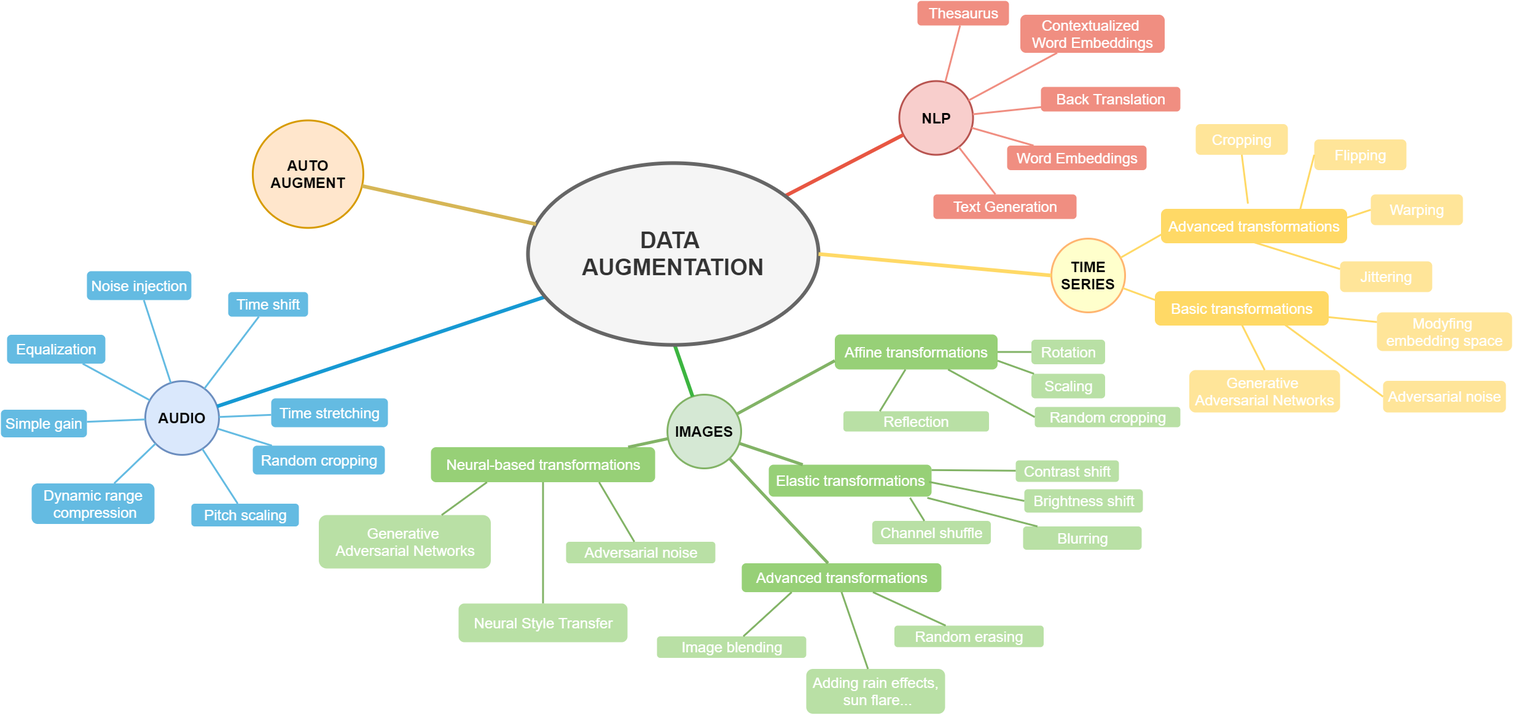
The draw.io diagram images/da_diagram_v2.png in AgaMiko/data-augmentation-review, before a commit. Source tidied: cells renumbered, new cells last; positions are measured from the earlier drawing's top-left corner, leaving out a move shared by most shapes.
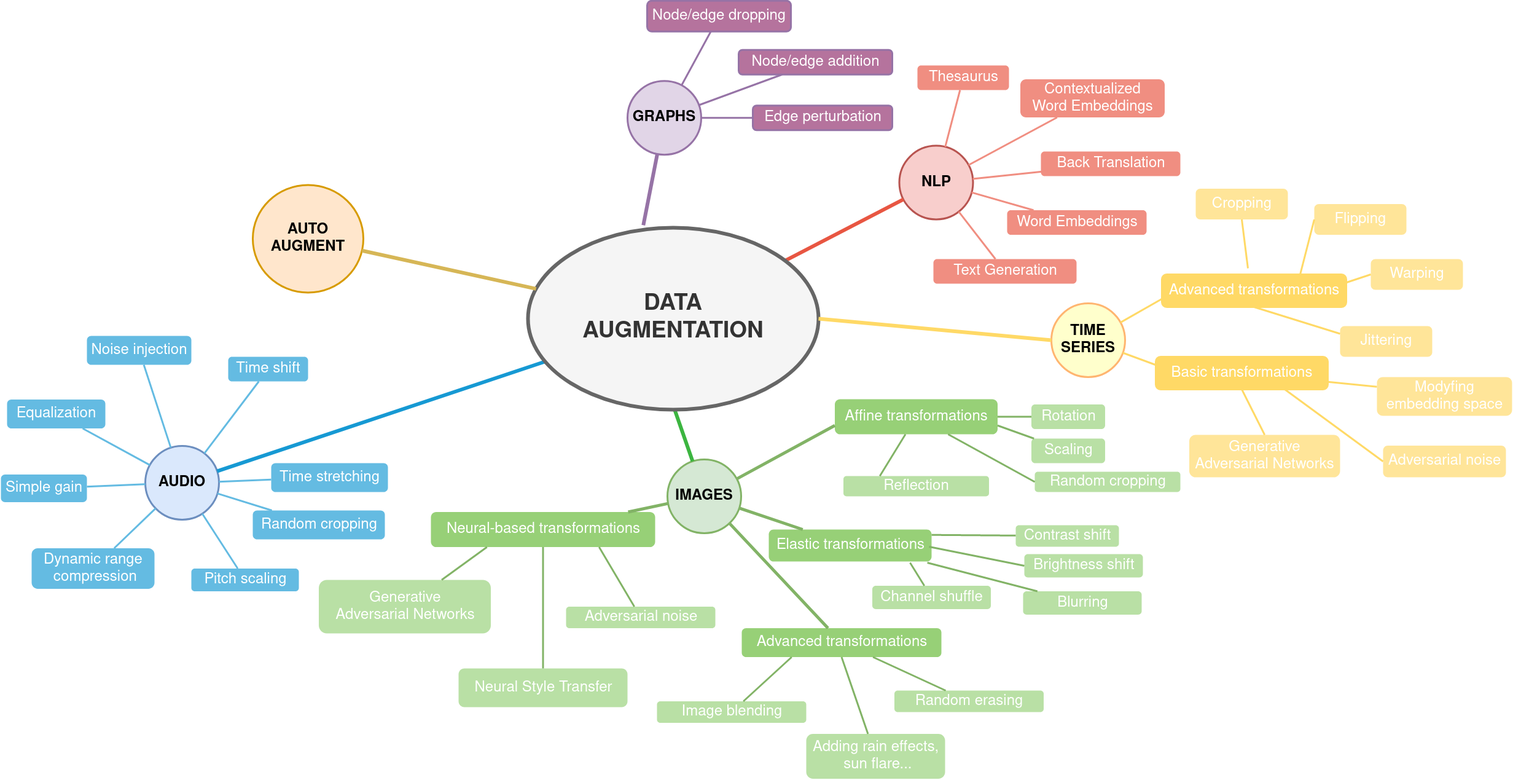
Above is the later version.

What changed in the source:
```diff
@@ -287,5 +287,29 @@
     <mxCell id="92" style="edgeStyle=none;endArrow=none;strokeWidth=3;strokeColor=#FFD966;html=1;shadow=0;fontSize=24;fontColor=#FFFFFF;fillColor=#d5e8d4;entryX=0;entryY=0.5;entryDx=0;entryDy=0;exitX=0.75;exitY=1;exitDx=0;exitDy=0;" parent="1" edge="1" source="74" target="85">
       <mxGeometry x="544" y="142.2" as="geometry" />
     </mxCell>
+    <mxCell id="93" value="GRAPHS" style="ellipse;whiteSpace=wrap;html=1;shadow=0;fontFamily=Helvetica;fontSize=24;align=center;strokeWidth=3;fontStyle=1;fillColor=#e1d5e7;strokeColor=#9673a6;" parent="1" vertex="1">
+      <mxGeometry x="1020" y="25.2" width="120" height="120" as="geometry" />
+    </mxCell>
+    <mxCell id="94" style="endArrow=none;strokeWidth=6;strokeColor=#9673a6;html=1;fontSize=24;exitX=0.397;exitY=-0.014;exitDx=0;exitDy=0;exitPerimeter=0;fillColor=#e1d5e7;" parent="1" edge="1" source="44" target="93">
+      <mxGeometry relative="1" as="geometry" />
+    </mxCell>
+    <mxCell id="95" value="Edge perturbation" style="rounded=1;strokeWidth=3;shadow=0;html=1;fontSize=24;fillColor=#B5739D;strokeColor=#9673a6;fontColor=#FFFFFF;" parent="1" vertex="1">
+      <mxGeometry x="1224.1" y="65.2" width="227" height="40" as="geometry" />
+    </mxCell>
+    <mxCell id="96" value="Node/edge dropping" style="rounded=1;strokeWidth=3;shadow=0;html=1;fontSize=24;fillColor=#B5739D;strokeColor=#9673a6;fontColor=#FFFFFF;" parent="1" vertex="1">
+      <mxGeometry x="1052" y="-105.2" width="234.1" height="50" as="geometry" />
+    </mxCell>
+    <mxCell id="97" value="Node/edge addition" style="rounded=1;strokeWidth=3;shadow=0;html=1;fontSize=24;fillColor=#B5739D;strokeColor=#9673a6;fontColor=#FFFFFF;" parent="1" vertex="1">
+      <mxGeometry x="1201.1" y="-25.2" width="250" height="40" as="geometry" />
+    </mxCell>
+    <mxCell id="98" style="edgeStyle=none;endArrow=none;strokeWidth=3;html=1;fontSize=24;fontColor=#FFFFFF;fillColor=#e1d5e7;strokeColor=#9673a6;" parent="1" edge="1" source="93" target="96">
+      <mxGeometry x="-600" y="225.2" as="geometry" />
+    </mxCell>
+    <mxCell id="99" style="edgeStyle=none;endArrow=none;strokeWidth=3;html=1;fontSize=24;fontColor=#FFFFFF;fillColor=#e1d5e7;strokeColor=#9673a6;entryX=0;entryY=0.5;entryDx=0;entryDy=0;" parent="1" edge="1" source="93" target="95">
+      <mxGeometry x="-600" y="225.2" as="geometry" />
+    </mxCell>
+    <mxCell id="100" style="edgeStyle=none;endArrow=none;strokeWidth=3;html=1;fontSize=24;fontColor=#FFFFFF;fillColor=#e1d5e7;strokeColor=#9673a6;" parent="1" edge="1" source="93" target="97">
+      <mxGeometry x="-600" y="225.2" as="geometry" />
+    </mxCell>
   </root>
 </mxGraphModel>
```
